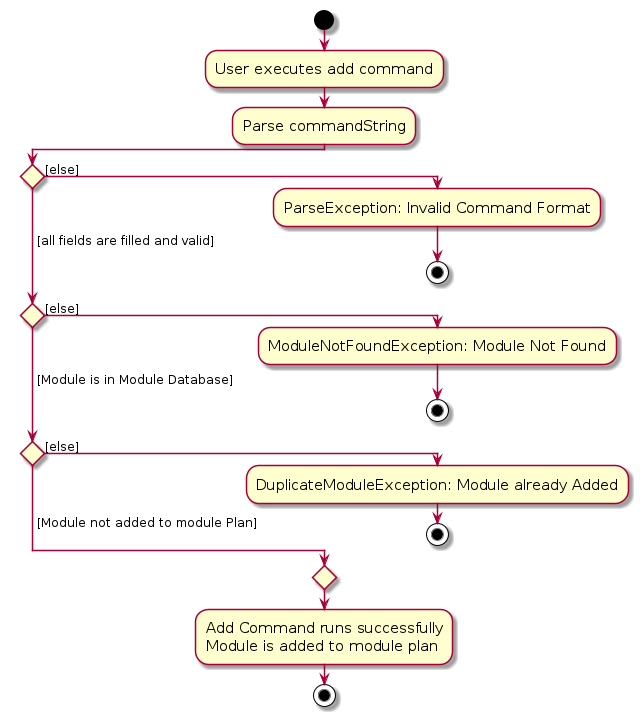
ji-just-ji/tp keeps this PlantUML diagram as diagrams/AddModuleActivityDiagram.png. Above is the earlier version. Its source is kept beside it as diagrams/AddModuleActivityDiagram.puml.
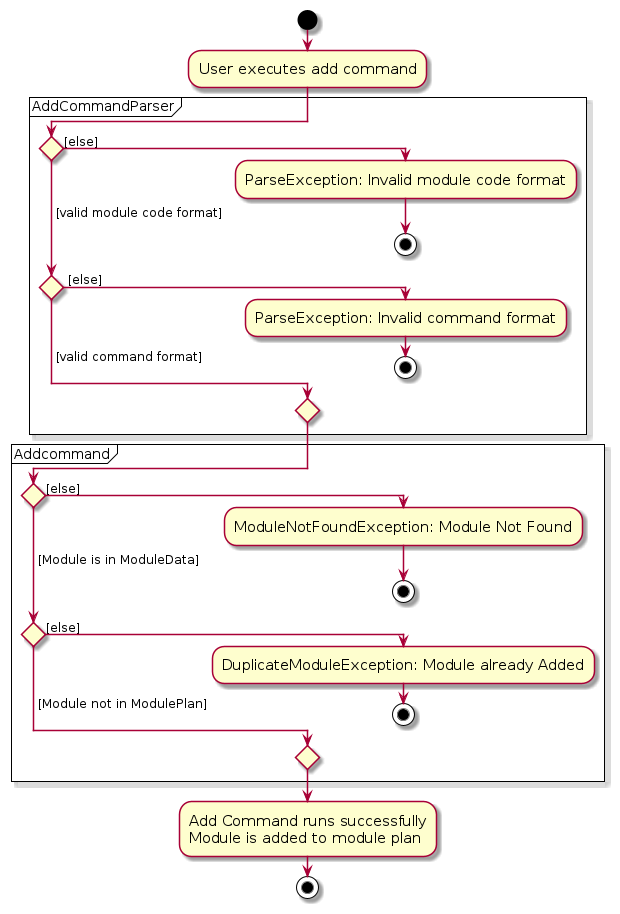
The same file after the commit.

What changed in the source:
```diff
@@ -7,23 +7,36 @@
 :User executes add command;
 
 
-:Parse commandString;
+
+
+ partition AddCommandParser{
+    if () then ([else])
+        :ParseException: Invalid module code format;
+           stop
+
+    ( [valid module code format]) elseif () then ( [else])
+        :ParseException: Invalid command format;
+        stop
+    else ( [valid command format])
+
+    endif
+    }
+
+partition Addcommand {
 
 if () then ([else])
-
-    :ParseException: Invalid Command Format;
-    stop
-( [all fields are filled and valid]  ) elseif() then ([else])
     :ModuleNotFoundException: Module Not Found;
     stop
-( [Module is in Module Database]) elseif() then([else])
+( [Module is in ModuleData]) elseif() then([else])
     :DuplicateModuleException: Module already Added;
     stop
-else ( [Module not added to module Plan])
+
+else ( [Module not in ModulePlan] )
 endif
-    :Add Command runs successfully
-    Module is added to module plan;
+}
 
+:Add Command runs successfully
+Module is added to module plan;
 stop
 
 
```
